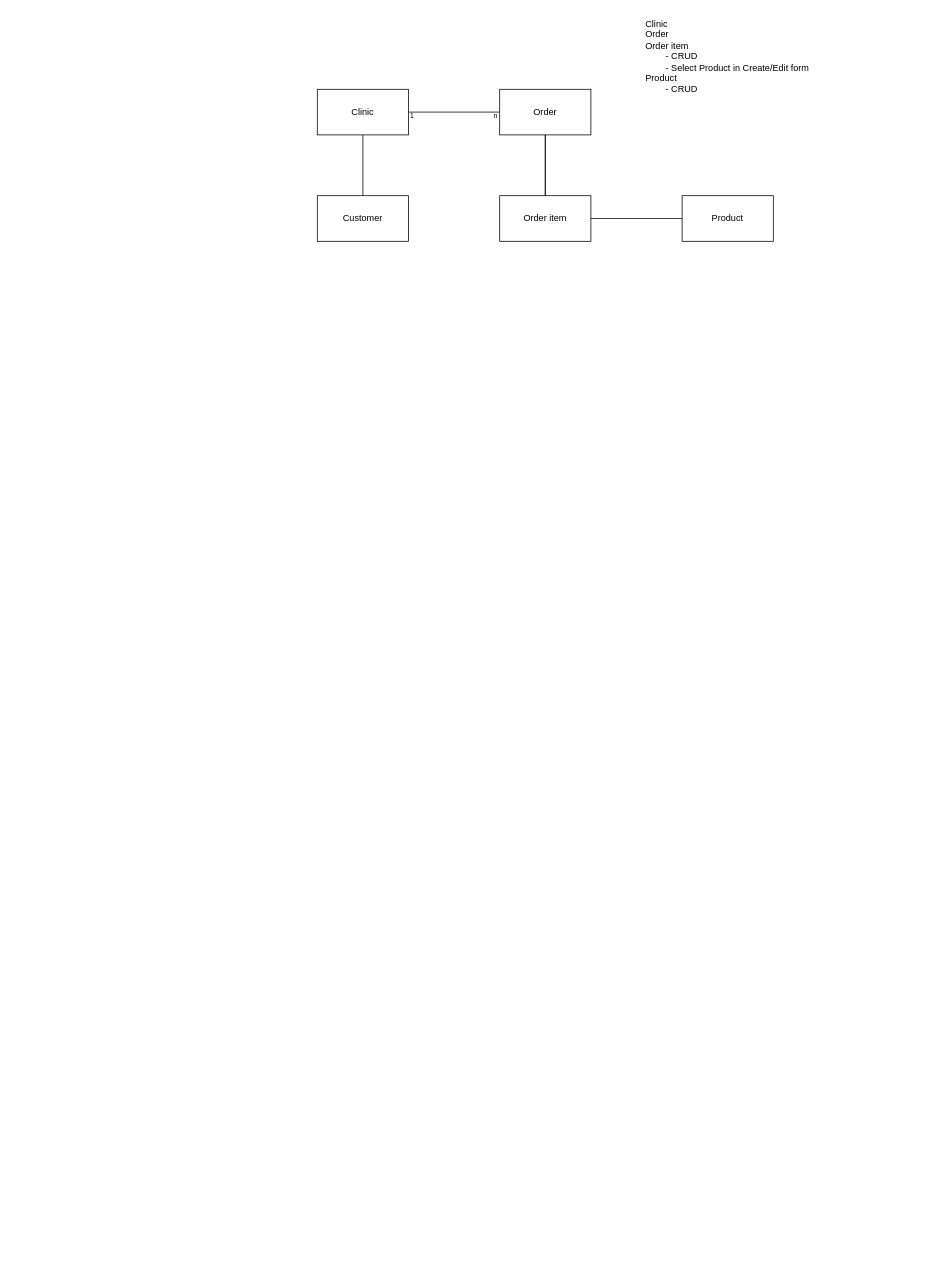
Earlier version of the draw.io diagram page "Page-6" (6 of 6) of logging/Secure implementations.drawio (danieldotskc/helloworld). Source tidied: cells renumbered, new cells numbered last; positions are measured from the earlier drawing's top-left corner, leaving out a move shared by most shapes. Both pictures are drawn from the tidied source at 76%, with x=0, y=0 at pixel (317, 13).
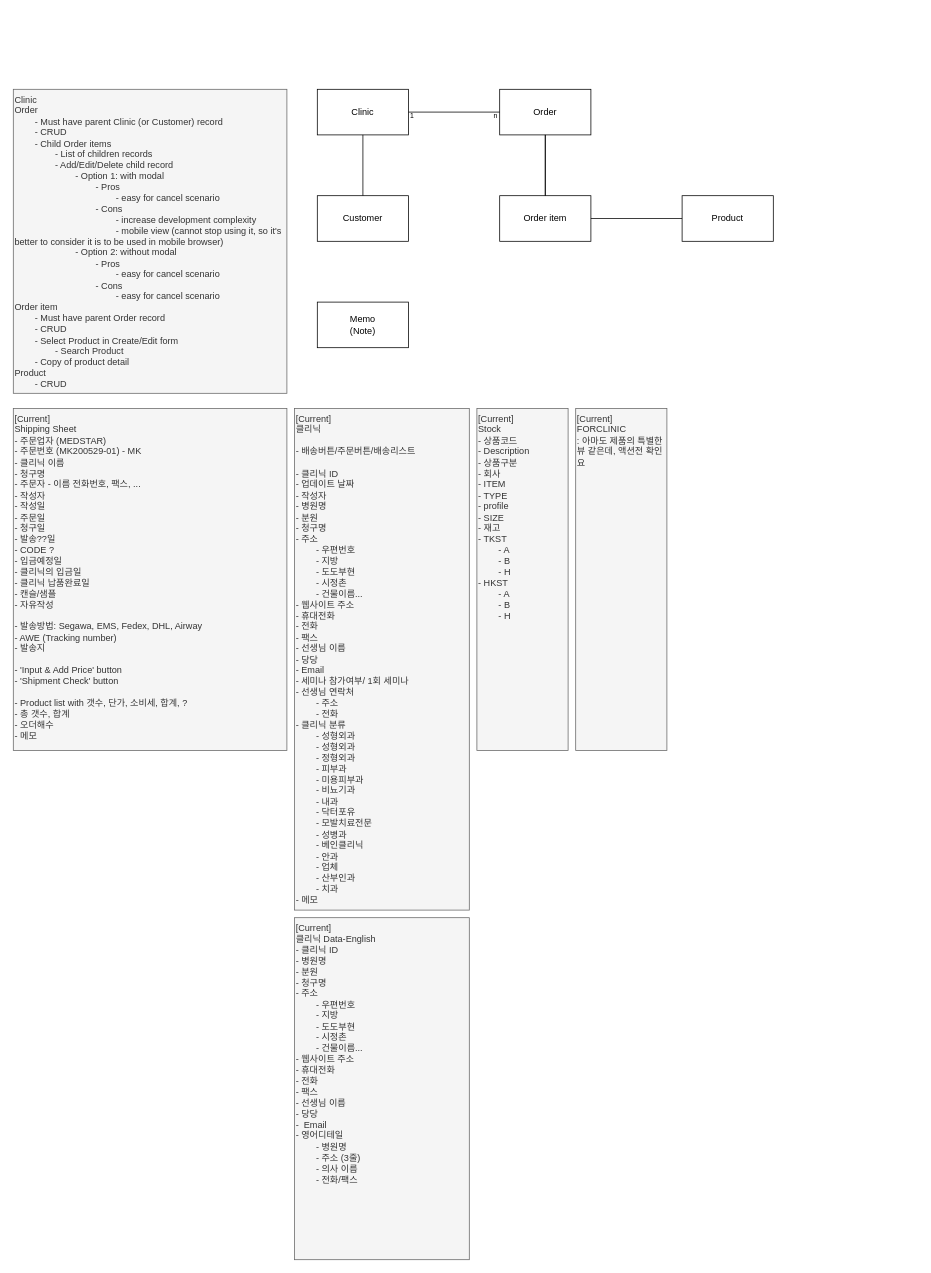
After the change.

Diff of the diagram source:
```diff
@@
-    <mxCell id="14" value="Clinic&lt;div&gt;Order&lt;/div&gt;&lt;div&gt;Order item&lt;/div&gt;&lt;div&gt;&lt;span style=&quot;white-space: pre;&quot;&gt;&#9;&lt;/span&gt;- CRUD&lt;br&gt;&lt;/div&gt;&lt;div&gt;&lt;span style=&quot;white-space: pre;&quot;&gt;&#9;&lt;/span&gt;- Select Product in Create/Edit form&lt;br&gt;&lt;/div&gt;&lt;div&gt;Product&amp;nbsp;&lt;/div&gt;&lt;div&gt;&lt;span style=&quot;white-space: pre;&quot;&gt;&#9;&lt;/span&gt;- CRUD&lt;/div&gt;" style="text;html=1;whiteSpace=wrap;strokeColor=none;fillColor=none;align=left;verticalAlign=top;rounded=0;" parent="1" vertex="1">
-      <mxGeometry x="430" width="360" height="140" as="geometry" />
+    <mxCell id="14" value="Clinic&lt;div&gt;Order&lt;/div&gt;&lt;div&gt;&lt;span style=&quot;white-space: pre;&quot;&gt;&#9;&lt;/span&gt;- Must have parent Clinic (or Customer) record&lt;br&gt;&lt;/div&gt;&lt;div&gt;&lt;span style=&quot;white-space: pre;&quot;&gt;&#9;&lt;/span&gt;- CRUD&lt;br&gt;&lt;/div&gt;&lt;div&gt;&lt;span style=&quot;white-space: pre;&quot;&gt;&#9;&lt;/span&gt;- Child Order items&lt;br&gt;&lt;/div&gt;&lt;div&gt;&lt;span style=&quot;white-space: pre;&quot;&gt;&#9;&lt;span style=&quot;white-space: pre;&quot;&gt;&#9;&lt;/span&gt;- List of children records&lt;/span&gt;&lt;br&gt;&lt;/div&gt;&lt;div&gt;&lt;span style=&quot;white-space: pre;&quot;&gt;&#9;&lt;/span&gt;&lt;span style=&quot;white-space: pre;&quot;&gt;&#9;&lt;/span&gt;- Add/Edit/Delete child record&lt;br&gt;&lt;/div&gt;&lt;div&gt;&lt;span style=&quot;white-space: pre;&quot;&gt;&#9;&lt;/span&gt;&lt;span style=&quot;white-space: pre;&quot;&gt;&#9;&lt;/span&gt;&lt;span style=&quot;white-space: pre;&quot;&gt;&#9;&lt;/span&gt;- Option 1: with modal&lt;br&gt;&lt;/div&gt;&lt;div&gt;&lt;span style=&quot;white-space: pre;&quot;&gt;&#9;&lt;/span&gt;&lt;span style=&quot;white-space: pre;&quot;&gt;&#9;&lt;/span&gt;&lt;span style=&quot;white-space: pre;&quot;&gt;&#9;&lt;/span&gt;&lt;span style=&quot;white-space: pre;&quot;&gt;&#9;&lt;/span&gt;- Pros&lt;br&gt;&lt;/div&gt;&lt;div&gt;&lt;span style=&quot;white-space: pre;&quot;&gt;&#9;&lt;/span&gt;&lt;span style=&quot;white-space: pre;&quot;&gt;&#9;&lt;/span&gt;&lt;span style=&quot;white-space: pre;&quot;&gt;&#9;&lt;/span&gt;&lt;span style=&quot;white-space: pre;&quot;&gt;&#9;&lt;/span&gt;&lt;span style=&quot;white-space: pre;&quot;&gt;&#9;&lt;/span&gt;-&amp;nbsp;&lt;span style=&quot;background-color: transparent; color: light-dark(rgb(51, 51, 51), rgb(193, 193, 193));&quot;&gt;easy for cancel scenario&lt;/span&gt;&lt;br&gt;&lt;/div&gt;&lt;div&gt;&lt;span style=&quot;white-space: pre;&quot;&gt;&#9;&lt;/span&gt;&lt;span style=&quot;white-space: pre;&quot;&gt;&#9;&lt;/span&gt;&lt;span style=&quot;white-space: pre;&quot;&gt;&#9;&lt;/span&gt;&lt;span style=&quot;white-space: pre;&quot;&gt;&#9;&lt;/span&gt;- Cons&lt;br&gt;&lt;/div&gt;&lt;div&gt;&lt;span style=&quot;white-space: pre;&quot;&gt;&#9;&lt;/span&gt;&lt;span style=&quot;white-space: pre;&quot;&gt;&#9;&lt;/span&gt;&lt;span style=&quot;white-space: pre;&quot;&gt;&#9;&lt;/span&gt;&lt;span style=&quot;white-space: pre;&quot;&gt;&#9;&lt;/span&gt;&lt;span style=&quot;white-space: pre;&quot;&gt;&#9;&lt;/span&gt;- increase development complexity&lt;br&gt;&lt;/div&gt;&lt;div&gt;&lt;span style=&quot;white-space: pre;&quot;&gt;&#9;&lt;/span&gt;&lt;span style=&quot;white-space: pre;&quot;&gt;&#9;&lt;/span&gt;&lt;span style=&quot;white-space: pre;&quot;&gt;&#9;&lt;/span&gt;&lt;span style=&quot;white-space: pre;&quot;&gt;&#9;&lt;/span&gt;&lt;span style=&quot;white-space: pre;&quot;&gt;&#9;&lt;/span&gt;- mobile view (cannot stop using it, so it's better to consider it is to be used in mobile browser)&lt;br&gt;&lt;/div&gt;&lt;div&gt;&lt;span style=&quot;white-space: pre;&quot;&gt;&#9;&lt;/span&gt;&lt;span style=&quot;white-space: pre;&quot;&gt;&#9;&lt;/span&gt;&lt;span style=&quot;white-space: pre;&quot;&gt;&#9;&lt;/span&gt;- Option 2: without modal&lt;br&gt;&lt;/div&gt;&lt;div&gt;&lt;span style=&quot;white-space: pre;&quot;&gt;&#9;&lt;/span&gt;&lt;span style=&quot;white-space: pre;&quot;&gt;&#9;&lt;/span&gt;&lt;span style=&quot;white-space: pre;&quot;&gt;&#9;&lt;/span&gt;&lt;span style=&quot;white-space: pre;&quot;&gt;&#9;&lt;/span&gt;- Pros&lt;br&gt;&lt;/div&gt;&lt;div&gt;&lt;span style=&quot;white-space: pre;&quot;&gt;&#9;&lt;/span&gt;&lt;span style=&quot;white-space: pre;&quot;&gt;&#9;&lt;/span&gt;&lt;span style=&quot;white-space: pre;&quot;&gt;&#9;&lt;/span&gt;&lt;span style=&quot;white-space: pre;&quot;&gt;&#9;&lt;/span&gt;&lt;span style=&quot;white-space: pre;&quot;&gt;&#9;&lt;/span&gt;- easy for cancel scenario&lt;br&gt;&lt;/div&gt;&lt;div&gt;&lt;span style=&quot;white-space: pre;&quot;&gt;&#9;&lt;/span&gt;&lt;span style=&quot;white-space: pre;&quot;&gt;&#9;&lt;/span&gt;&lt;span style=&quot;white-space: pre;&quot;&gt;&#9;&lt;/span&gt;&lt;span style=&quot;white-space: pre;&quot;&gt;&#9;&lt;/span&gt;- Cons&lt;br&gt;&lt;/div&gt;&lt;div&gt;&lt;span style=&quot;white-space: pre;&quot;&gt;&#9;&lt;/span&gt;&lt;span style=&quot;white-space: pre;&quot;&gt;&#9;&lt;/span&gt;&lt;span style=&quot;white-space: pre;&quot;&gt;&#9;&lt;/span&gt;&lt;span style=&quot;white-space: pre;&quot;&gt;&#9;&lt;span style=&quot;white-space: pre;&quot;&gt;&#9;&lt;/span&gt;&lt;/span&gt;- easy for cancel scenario&lt;br&gt;&lt;/div&gt;&lt;div&gt;Order item&lt;/div&gt;&lt;div&gt;&lt;span style=&quot;white-space: pre;&quot;&gt;&#9;&lt;/span&gt;- Must have parent Order record&lt;/div&gt;&lt;div&gt;&lt;span style=&quot;white-space: pre;&quot;&gt;&#9;&lt;/span&gt;- CRUD&lt;br&gt;&lt;/div&gt;&lt;div&gt;&lt;span style=&quot;white-space: pre;&quot;&gt;&#9;&lt;/span&gt;- Select Product in Create/Edit form&lt;br&gt;&lt;/div&gt;&lt;div&gt;&lt;span style=&quot;white-space: pre;&quot;&gt;&#9;&lt;/span&gt;&lt;span style=&quot;white-space: pre;&quot;&gt;&#9;&lt;/span&gt;- Search Product&lt;br&gt;&lt;/div&gt;&lt;div&gt;&lt;span style=&quot;white-space: pre;&quot;&gt;&#9;&lt;/span&gt;- Copy of product detail&lt;br&gt;&lt;/div&gt;&lt;div&gt;Product&amp;nbsp;&lt;/div&gt;&lt;div&gt;&lt;span style=&quot;white-space: pre;&quot;&gt;&#9;&lt;/span&gt;- CRUD&lt;/div&gt;" style="text;html=1;whiteSpace=wrap;strokeColor=#666666;fillColor=#f5f5f5;align=left;verticalAlign=top;rounded=0;fontColor=#333333;" parent="1" vertex="1">
+      <mxGeometry x="-400" y="100" width="360" height="400" as="geometry" />
     </mxCell>
+    <mxCell id="15" value="Memo&lt;div&gt;(Note)&lt;/div&gt;" style="rounded=0;whiteSpace=wrap;html=1;" parent="1" vertex="1">
+      <mxGeometry y="380" width="120" height="60" as="geometry" />
+    </mxCell>
+    <mxCell id="16" value="&lt;div&gt;[Current]&lt;/div&gt;Shipping Sheet&lt;div&gt;- 주문업자 (MEDSTAR)&lt;/div&gt;&lt;div&gt;- 주문번호 (MK200529-01) - MK&lt;/div&gt;&lt;div&gt;- 클리닉 이름&lt;/div&gt;&lt;div&gt;- 청구명&amp;nbsp;&lt;/div&gt;&lt;div&gt;- 주문자 - 이름 전화번호, 팩스, ...&lt;/div&gt;&lt;div&gt;- 작성자&lt;/div&gt;&lt;div&gt;- 작성일&lt;/div&gt;&lt;div&gt;- 주문일&lt;/div&gt;&lt;div&gt;- 청구일&lt;/div&gt;&lt;div&gt;- 발송??일&lt;/div&gt;&lt;div&gt;- CODE ?&lt;/div&gt;&lt;div&gt;- 입금예정일&lt;/div&gt;&lt;div&gt;- 클리닉의 입금일&lt;/div&gt;&lt;div&gt;- 클리닉 납품완료일&lt;/div&gt;&lt;div&gt;- 캔슬/샘플&lt;/div&gt;&lt;div&gt;- 자유작성&lt;/div&gt;&lt;div&gt;&lt;br&gt;&lt;/div&gt;&lt;div&gt;- 발송방법: Segawa, EMS, Fedex, DHL, Airway&lt;/div&gt;&lt;div&gt;- AWE (Tracking number)&lt;/div&gt;&lt;div&gt;- 발송지&lt;/div&gt;&lt;div&gt;&lt;br&gt;&lt;/div&gt;&lt;div&gt;- 'Input &amp;amp; Add Price' button&lt;/div&gt;&lt;div&gt;- 'Shipment Check' button&lt;/div&gt;&lt;div&gt;&lt;br&gt;&lt;/div&gt;&lt;div&gt;- Product list with 갯수, 단가, 소비세, 합계, ?&lt;/div&gt;&lt;div&gt;- 총 갯수, 합계&lt;/div&gt;&lt;div&gt;- 오더해수&lt;/div&gt;&lt;div&gt;- 메모&lt;/div&gt;" style="text;html=1;whiteSpace=wrap;strokeColor=#666666;fillColor=#f5f5f5;align=left;verticalAlign=top;rounded=0;fontColor=#333333;" parent="1" vertex="1">
+      <mxGeometry x="-400" y="520" width="360" height="450" as="geometry" />
+    </mxCell>
+    <mxCell id="17" value="&lt;div&gt;[Current]&lt;/div&gt;클리닉&lt;div&gt;&lt;br&gt;&lt;/div&gt;&lt;div&gt;- 배송버튼/주문버튼/배송리스트&lt;/div&gt;&lt;div&gt;&lt;br&gt;&lt;div&gt;&lt;div&gt;- 클리닉 ID&lt;/div&gt;&lt;div&gt;&lt;span style=&quot;background-color: transparent; color: light-dark(rgb(51, 51, 51), rgb(193, 193, 193));&quot;&gt;- 업데이트 날짜&lt;/span&gt;&lt;/div&gt;&lt;div&gt;&lt;span style=&quot;background-color: transparent; color: light-dark(rgb(51, 51, 51), rgb(193, 193, 193));&quot;&gt;- 작성자&lt;/span&gt;&lt;/div&gt;&lt;div&gt;- 병원명&lt;/div&gt;&lt;div&gt;- 분원&lt;/div&gt;&lt;div&gt;- 청구명&lt;/div&gt;&lt;div&gt;- 주소&lt;/div&gt;&lt;div&gt;&lt;span style=&quot;white-space: pre;&quot;&gt;&#9;&lt;/span&gt;- 우편번호&lt;/div&gt;&lt;div&gt;&lt;span style=&quot;white-space: pre;&quot;&gt;&#9;&lt;/span&gt;- 지방&lt;/div&gt;&lt;div&gt;&lt;span style=&quot;white-space: pre;&quot;&gt;&#9;&lt;/span&gt;- 도도부현&lt;/div&gt;&lt;div&gt;&lt;span style=&quot;white-space: pre;&quot;&gt;&#9;&lt;/span&gt;- 시정촌&lt;/div&gt;&lt;div&gt;&lt;span style=&quot;white-space: pre;&quot;&gt;&#9;&lt;/span&gt;- 건물이름...&lt;/div&gt;&lt;div&gt;- 웹사이트 주소&lt;/div&gt;&lt;div&gt;- 휴대전화&lt;/div&gt;&lt;div&gt;- 전화&lt;/div&gt;&lt;div&gt;- 팩스&lt;/div&gt;&lt;div&gt;- 선생님 이름&lt;/div&gt;&lt;div&gt;- 당당&lt;/div&gt;&lt;div&gt;- Email&lt;/div&gt;&lt;div&gt;- 세미나 참가여부/ 1회 세미나&lt;/div&gt;&lt;div&gt;- 선생님 연락처&amp;nbsp;&lt;/div&gt;&lt;div&gt;&lt;span style=&quot;white-space: pre;&quot;&gt;&#9;&lt;/span&gt;- 주소&lt;br&gt;&lt;/div&gt;&lt;div&gt;&lt;span style=&quot;white-space: pre;&quot;&gt;&#9;&lt;/span&gt;- 전화&lt;br&gt;&lt;/div&gt;&lt;div&gt;- 클리닉 분류&lt;/div&gt;&lt;div&gt;&lt;span style=&quot;white-space: pre;&quot;&gt;&#9;&lt;/span&gt;- 성형외과&lt;br&gt;&lt;/div&gt;&lt;div&gt;&lt;span style=&quot;white-space: pre;&quot;&gt;&#9;&lt;/span&gt;- 성형외과&lt;br&gt;&lt;/div&gt;&lt;div&gt;&lt;span style=&quot;white-space: pre;&quot;&gt;&#9;&lt;/span&gt;- 정형외과&lt;br&gt;&lt;/div&gt;&lt;div&gt;&lt;span style=&quot;white-space: pre;&quot;&gt;&#9;&lt;/span&gt;- 피부과&lt;br&gt;&lt;/div&gt;&lt;div&gt;&lt;span style=&quot;white-space: pre;&quot;&gt;&#9;&lt;/span&gt;- 미용피부과&lt;br&gt;&lt;/div&gt;&lt;div&gt;&lt;span style=&quot;white-space: pre;&quot;&gt;&#9;&lt;/span&gt;- 비뇨기과&lt;br&gt;&lt;/div&gt;&lt;div&gt;&lt;span style=&quot;white-space: pre;&quot;&gt;&#9;&lt;/span&gt;- 내과&lt;br&gt;&lt;/div&gt;&lt;div&gt;&lt;span style=&quot;white-space: pre;&quot;&gt;&#9;&lt;/span&gt;- 닥터포유&lt;br&gt;&lt;/div&gt;&lt;div&gt;&lt;span style=&quot;white-space: pre;&quot;&gt;&#9;&lt;/span&gt;- 모발치료전문&lt;br&gt;&lt;/div&gt;&lt;div&gt;&lt;span style=&quot;white-space: pre;&quot;&gt;&#9;&lt;/span&gt;- 성병과&lt;br&gt;&lt;/div&gt;&lt;div&gt;&lt;span style=&quot;white-space: pre;&quot;&gt;&#9;&lt;/span&gt;- 베인클리닉&lt;br&gt;&lt;/div&gt;&lt;div&gt;&lt;span style=&quot;white-space: pre;&quot;&gt;&#9;&lt;/span&gt;- 안과&lt;br&gt;&lt;/div&gt;&lt;div&gt;&lt;span style=&quot;white-space: pre;&quot;&gt;&#9;&lt;/span&gt;- 업체&lt;br&gt;&lt;/div&gt;&lt;div&gt;&lt;span style=&quot;white-space: pre;&quot;&gt;&#9;&lt;/span&gt;- 산부인과&lt;br&gt;&lt;/div&gt;&lt;div&gt;&lt;span style=&quot;white-space: pre;&quot;&gt;&#9;&lt;/span&gt;- 치과&lt;br&gt;&lt;/div&gt;&lt;div&gt;- 메모&lt;br&gt;&lt;/div&gt;&lt;/div&gt;&lt;/div&gt;" style="text;html=1;whiteSpace=wrap;strokeColor=#666666;fillColor=#f5f5f5;align=left;verticalAlign=top;rounded=0;fontColor=#333333;" parent="1" vertex="1">
+      <mxGeometry x="-30" y="520" width="230" height="660" as="geometry" />
+    </mxCell>
+    <mxCell id="18" value="&lt;div&gt;[Current]&lt;/div&gt;클리닉 Data-English&lt;div&gt;- 클리닉 ID&lt;/div&gt;&lt;div&gt;- 병원명&lt;/div&gt;&lt;div&gt;- 분원&lt;/div&gt;&lt;div&gt;- 청구명&lt;/div&gt;&lt;div&gt;- 주소&lt;/div&gt;&lt;div&gt;&lt;span style=&quot;white-space: pre;&quot;&gt;&#9;&lt;/span&gt;- 우편번호&lt;/div&gt;&lt;div&gt;&lt;span style=&quot;white-space: pre;&quot;&gt;&#9;&lt;/span&gt;- 지방&lt;/div&gt;&lt;div&gt;&lt;span style=&quot;white-space: pre;&quot;&gt;&#9;&lt;/span&gt;- 도도부현&lt;/div&gt;&lt;div&gt;&lt;span style=&quot;white-space: pre;&quot;&gt;&#9;&lt;/span&gt;- 시정촌&lt;/div&gt;&lt;div&gt;&lt;span style=&quot;white-space: pre;&quot;&gt;&#9;&lt;/span&gt;- 건물이름...&lt;/div&gt;&lt;div&gt;- 웹사이트 주소&lt;/div&gt;&lt;div&gt;- 휴대전화&lt;/div&gt;&lt;div&gt;- 전화&lt;/div&gt;&lt;div&gt;- 팩스&lt;/div&gt;&lt;div&gt;- 선생님 이름&lt;/div&gt;&lt;div&gt;- 당당&lt;/div&gt;&lt;div&gt;-&amp;nbsp; Email&lt;/div&gt;&lt;div&gt;- 영어디테일&lt;/div&gt;&lt;div&gt;&lt;span style=&quot;white-space: pre;&quot;&gt;&#9;&lt;/span&gt;- 병원명&lt;br&gt;&lt;/div&gt;&lt;div&gt;&lt;span style=&quot;white-space: pre;&quot;&gt;&#9;&lt;/span&gt;- 주소 (3줄)&lt;br&gt;&lt;/div&gt;&lt;div&gt;&lt;span style=&quot;white-space: pre;&quot;&gt;&#9;&lt;/span&gt;- 의사 이름&lt;br&gt;&lt;/div&gt;&lt;div&gt;&lt;span style=&quot;white-space: pre;&quot;&gt;&#9;&lt;/span&gt;- 전화/팩스&lt;/div&gt;" style="text;html=1;whiteSpace=wrap;strokeColor=#666666;fillColor=#f5f5f5;align=left;verticalAlign=top;rounded=0;fontColor=#333333;" parent="1" vertex="1">
+      <mxGeometry x="-30" y="1190" width="230" height="450" as="geometry" />
+    </mxCell>
+    <mxCell id="19" value="&lt;div&gt;[Current]&lt;/div&gt;Stock&lt;div&gt;- 상품코드&lt;/div&gt;&lt;div&gt;- Description&lt;/div&gt;&lt;div&gt;- 상품구분&lt;/div&gt;&lt;div&gt;- 회사&lt;/div&gt;&lt;div&gt;- ITEM&lt;/div&gt;&lt;div&gt;- TYPE&lt;/div&gt;&lt;div&gt;- profile&lt;/div&gt;&lt;div&gt;- SIZE&lt;/div&gt;&lt;div&gt;- 재고&lt;/div&gt;&lt;div&gt;- TKST&lt;/div&gt;&lt;div&gt;&lt;span style=&quot;white-space: pre;&quot;&gt;&#9;&lt;/span&gt;- A&lt;br&gt;&lt;/div&gt;&lt;div&gt;&lt;span style=&quot;white-space: pre;&quot;&gt;&#9;&lt;/span&gt;- B&lt;br&gt;&lt;/div&gt;&lt;div&gt;&lt;span style=&quot;white-space: pre;&quot;&gt;&#9;&lt;/span&gt;- H&lt;br&gt;&lt;/div&gt;&lt;div&gt;&lt;div&gt;- HKST&lt;/div&gt;&lt;div&gt;&lt;span style=&quot;white-space: pre;&quot;&gt;&#9;&lt;/span&gt;- A&lt;br&gt;&lt;/div&gt;&lt;div&gt;&lt;span style=&quot;white-space: pre;&quot;&gt;&#9;&lt;/span&gt;- B&lt;br&gt;&lt;/div&gt;&lt;div&gt;&lt;span style=&quot;white-space: pre;&quot;&gt;&#9;&lt;/span&gt;- H&lt;br&gt;&lt;/div&gt;&lt;div&gt;&lt;br&gt;&lt;/div&gt;&lt;/div&gt;" style="text;html=1;whiteSpace=wrap;strokeColor=#666666;fillColor=#f5f5f5;align=left;verticalAlign=top;rounded=0;fontColor=#333333;" parent="1" vertex="1">
+      <mxGeometry x="210" y="520" width="120" height="450" as="geometry" />
+    </mxCell>
+    <mxCell id="20" value="&lt;div&gt;[Current]&lt;/div&gt;FORCLINIC&lt;div&gt;: 아마도 제품의 특별한 뷰 같은데, 액션전 확인요&lt;/div&gt;&lt;div&gt;&lt;div&gt;&lt;br&gt;&lt;/div&gt;&lt;/div&gt;" style="text;html=1;whiteSpace=wrap;strokeColor=#666666;fillColor=#f5f5f5;align=left;verticalAlign=top;rounded=0;fontColor=#333333;" parent="1" vertex="1">
+      <mxGeometry x="340" y="520" width="120" height="450" as="geometry" />
+    </mxCell>
```
